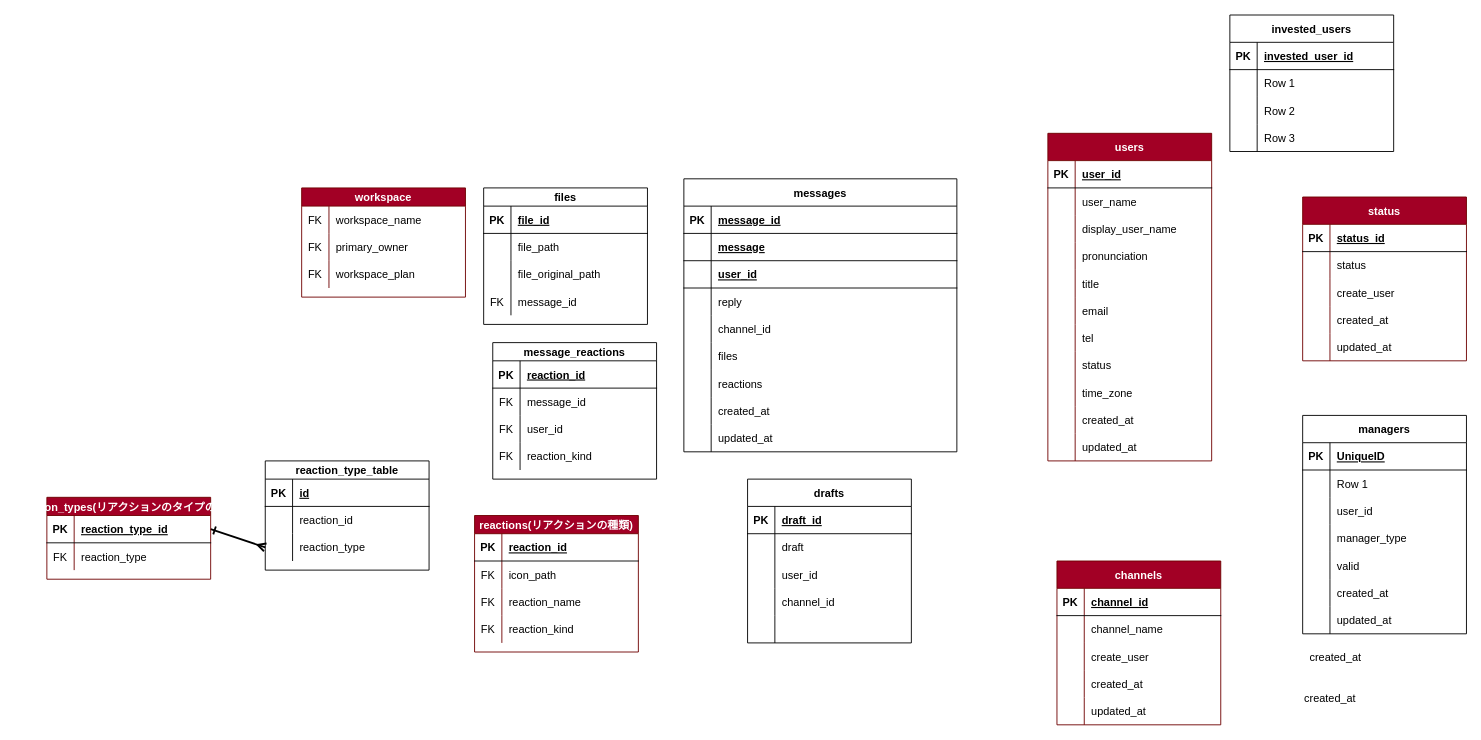
This is mongodb.dio from tarosss/message-tool, a draw.io file, before an edit. Source tidied: cells renumbered, new cells numbered last; positions are measured from the earlier drawing's top-left corner, leaving out a move shared by most shapes. Both pictures are drawn from the tidied source at 91%, with x=0, y=0 at pixel (46, 15).
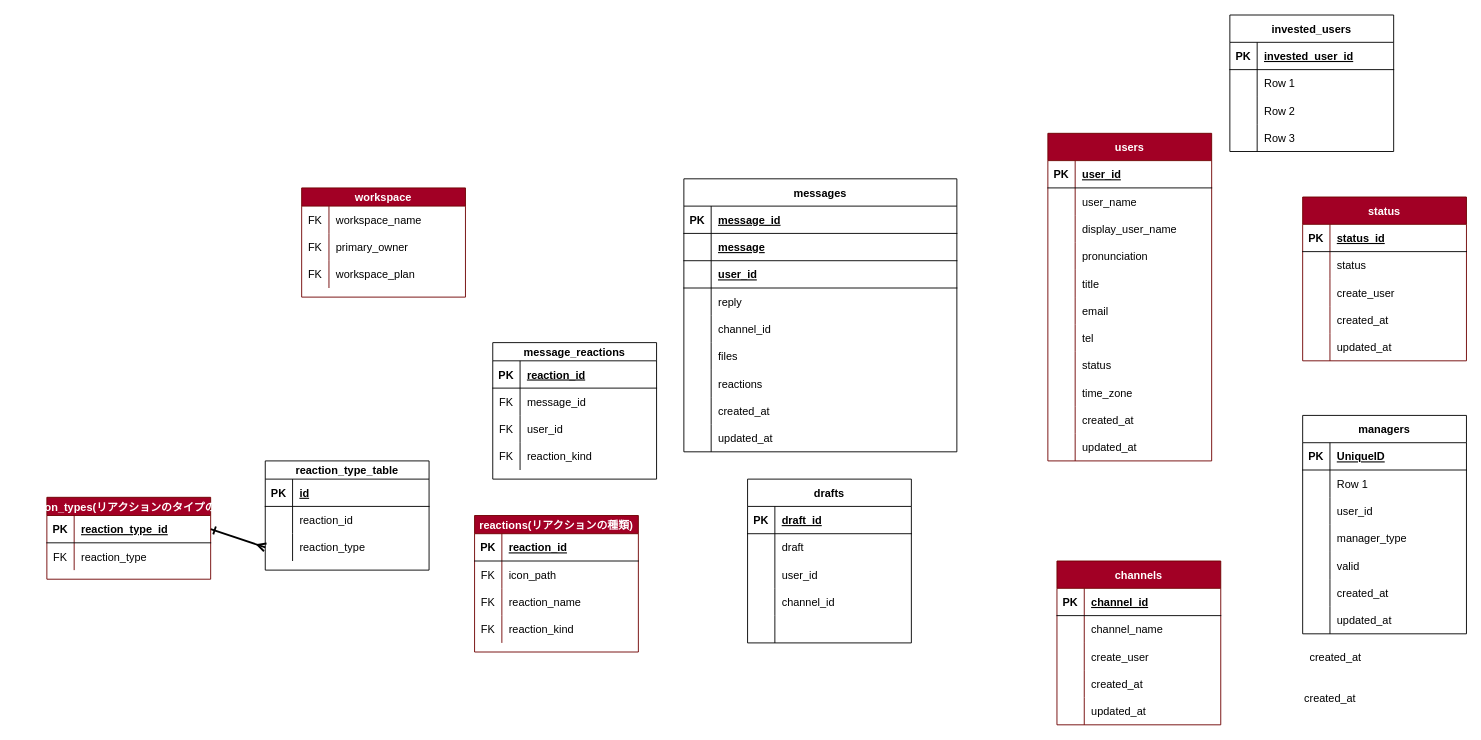
Above is the later version.

Change to the diagram source:
```diff
@@
-    <mxCell id="80" value="files" style="shape=table;startSize=20;childLayout=tableLayout;rowLines=0;fontStyle=1;align=center;" parent="1" vertex="1">
-      <mxGeometry x="480" y="190" width="180" height="150" as="geometry" />
-    </mxCell>
-    <mxCell id="81" style="shape=tableRow;horizontal=0;startSize=0;swimlaneHead=0;swimlaneBody=0;fillColor=none;top=0;left=0;right=0;bottom=1;" parent="80" vertex="1">
-      <mxGeometry y="20" width="180" height="30" as="geometry" />
-    </mxCell>
-    <mxCell id="82" value="PK" style="shape=partialRectangle;fillColor=none;top=0;left=0;bottom=0;right=0;fontStyle=1;overflow=hidden;" parent="81" vertex="1">
-      <mxGeometry width="30" height="30" as="geometry" />
-    </mxCell>
-    <mxCell id="83" value="file_id" style="shape=partialRectangle;fillColor=none;top=0;left=0;bottom=0;right=0;align=left;spacingLeft=6;fontStyle=5;overflow=hidden;" parent="81" vertex="1">
-      <mxGeometry x="30" width="150" height="30" as="geometry" />
-    </mxCell>
-    <mxCell id="84" style="shape=tableRow;horizontal=0;startSize=0;swimlaneHead=0;swimlaneBody=0;fillColor=none;top=0;left=0;right=0;bottom=0;" parent="80" vertex="1">
-      <mxGeometry y="50" width="180" height="30" as="geometry" />
-    </mxCell>
-    <mxCell id="85" style="shape=partialRectangle;fillColor=none;top=0;left=0;bottom=0;right=0;overflow=hidden;" parent="84" vertex="1">
-      <mxGeometry width="30" height="30" as="geometry" />
-    </mxCell>
-    <mxCell id="86" value="file_path" style="shape=partialRectangle;fillColor=none;top=0;left=0;bottom=0;right=0;align=left;spacingLeft=6;overflow=hidden;" parent="84" vertex="1">
-      <mxGeometry x="30" width="150" height="30" as="geometry" />
-    </mxCell>
-    <mxCell id="87" style="shape=tableRow;horizontal=0;startSize=0;swimlaneHead=0;swimlaneBody=0;fillColor=none;top=0;left=0;right=0;bottom=0;" parent="80" vertex="1">
-      <mxGeometry y="80" width="180" height="30" as="geometry" />
-    </mxCell>
-    <mxCell id="88" style="shape=partialRectangle;fillColor=none;top=0;left=0;bottom=0;right=0;overflow=hidden;" parent="87" vertex="1">
-      <mxGeometry width="30" height="30" as="geometry" />
-    </mxCell>
-    <mxCell id="89" value="file_original_path" style="shape=partialRectangle;fillColor=none;top=0;left=0;bottom=0;right=0;align=left;spacingLeft=6;overflow=hidden;" parent="87" vertex="1">
-      <mxGeometry x="30" width="150" height="30" as="geometry" />
-    </mxCell>
-    <mxCell id="90" style="shape=tableRow;horizontal=0;startSize=0;swimlaneHead=0;swimlaneBody=0;fillColor=none;top=0;left=0;right=0;bottom=0;" parent="80" vertex="1">
-      <mxGeometry y="110" width="180" height="30" as="geometry" />
-    </mxCell>
-    <mxCell id="91" value="FK" style="shape=partialRectangle;fillColor=none;top=0;left=0;bottom=0;right=0;overflow=hidden;" parent="90" vertex="1">
-      <mxGeometry width="30" height="30" as="geometry" />
-    </mxCell>
-    <mxCell id="92" value="message_id" style="shape=partialRectangle;fillColor=none;top=0;left=0;bottom=0;right=0;align=left;spacingLeft=6;overflow=hidden;" parent="90" vertex="1">
-      <mxGeometry x="30" width="150" height="30" as="geometry" />
-    </mxCell>
```
